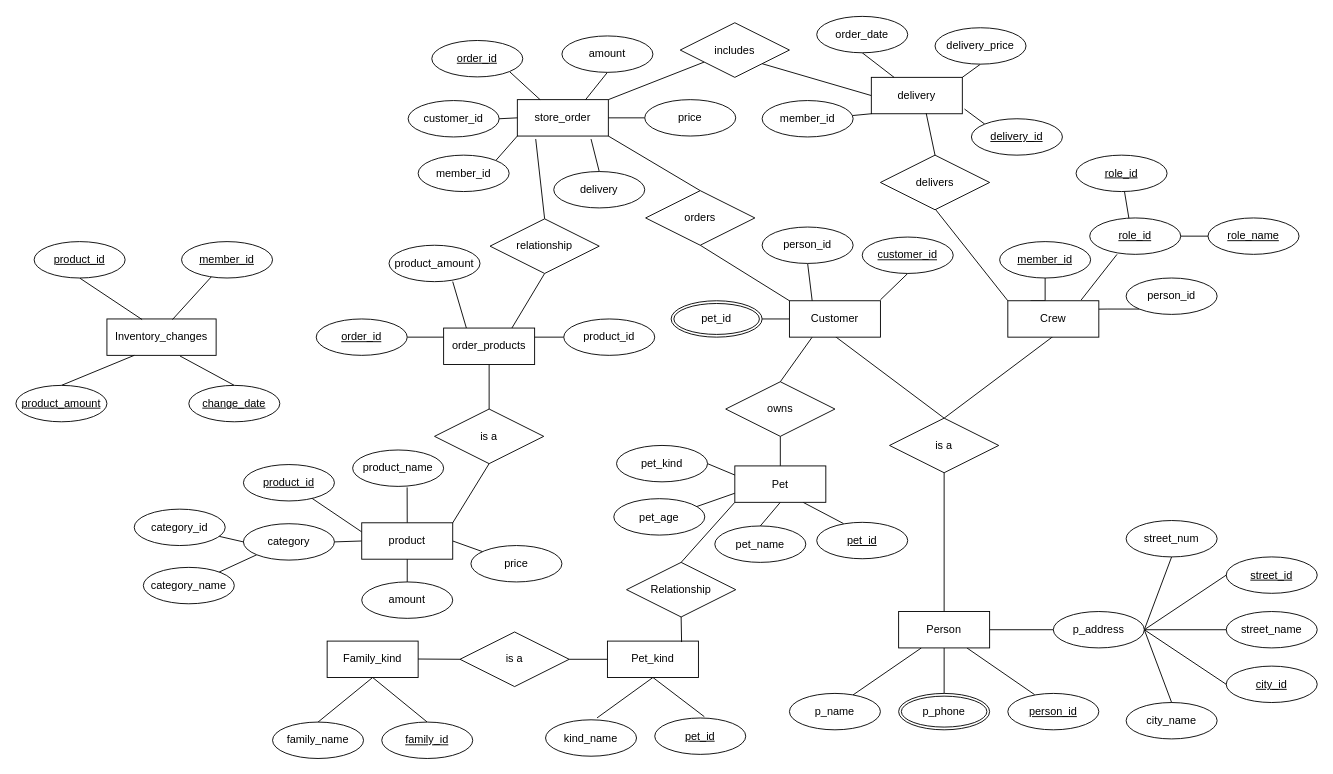
Above: page 3 of 4 of pet_store.drawio in avivmoyal1/SQL_Project (draw.io), before the change. Source tidied: cells renumbered, new cells numbered last; positions are measured from the earlier drawing's top-left corner, leaving out a move shared by most shapes. Both pictures are drawn from the tidied source at 91%, with x=0, y=0 at pixel (15, 15).
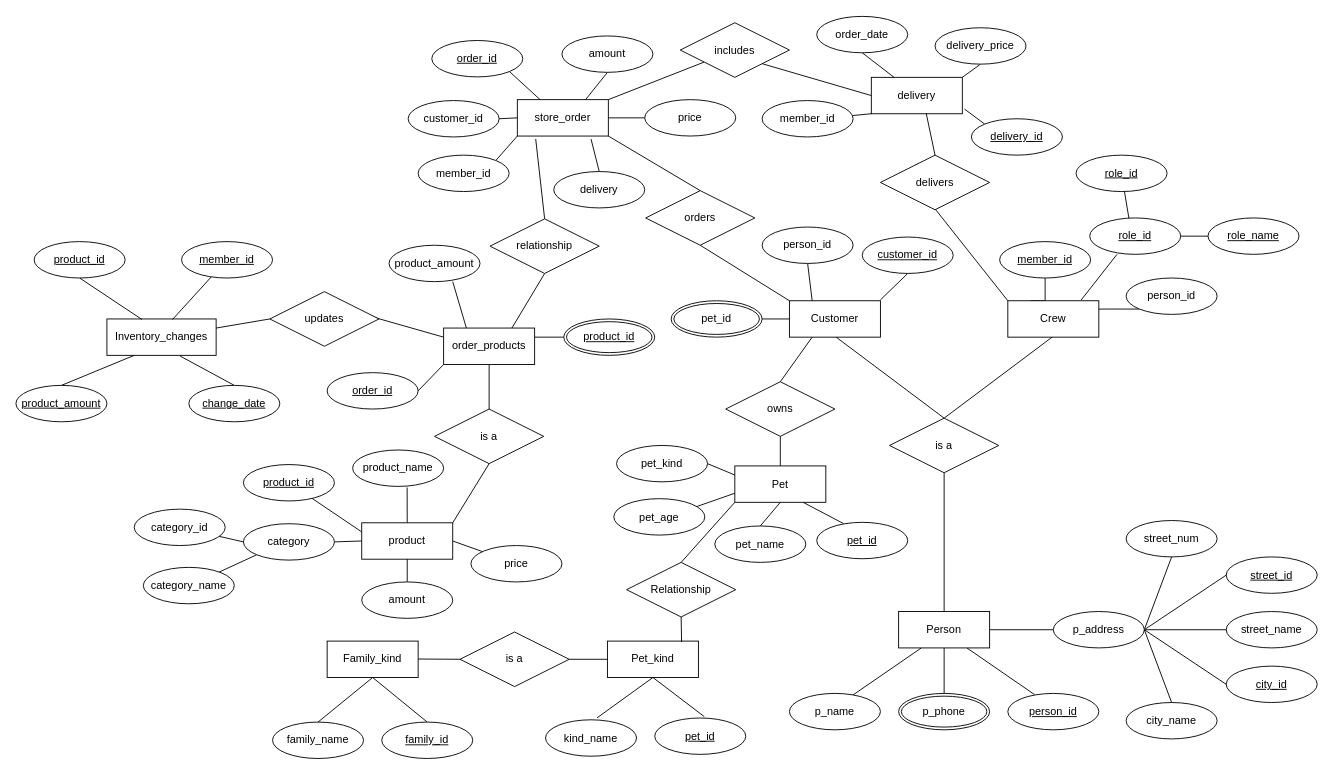
After the change.

The change refers to these unchanged cells:
```xml
<mxCell id="80" value="order_products" style="whiteSpace=wrap;html=1;align=center;" parent="1" vertex="1">
  <mxGeometry x="470" y="343" width="100" height="40" as="geometry" />
</mxCell>
<mxCell id="130" value="Inventory_changes" style="whiteSpace=wrap;html=1;align=center;" parent="1" vertex="1">
  <mxGeometry x="100" y="333" width="120" height="40" as="geometry" />
</mxCell>
```

What changed in the source:
```diff
@@
-    <mxCell id="76" style="edgeStyle=none;rounded=0;sketch=0;jumpStyle=none;jettySize=auto;html=1;exitX=0;exitY=0.25;exitDx=0;exitDy=0;entryX=1;entryY=0.5;entryDx=0;entryDy=0;endArrow=none;endFill=0;" parent="1" edge="1" source="80" target="106">
+    <mxCell id="76" style="edgeStyle=none;rounded=0;sketch=0;jumpStyle=none;jettySize=auto;html=1;exitX=0;exitY=1;exitDx=0;exitDy=0;entryX=1;entryY=0.5;entryDx=0;entryDy=0;endArrow=none;endFill=0;" parent="1" edge="1" source="80" target="106">
       <mxGeometry relative="1" as="geometry" />
     </mxCell>
@@
+    <mxCell id="139" style="edgeStyle=none;rounded=0;sketch=0;jumpStyle=none;jettySize=auto;html=1;exitX=0;exitY=0.25;exitDx=0;exitDy=0;entryX=0.934;entryY=0.459;entryDx=0;entryDy=0;entryPerimeter=0;endArrow=none;endFill=0;" parent="1" edge="1" source="80" target="141">
+      <mxGeometry relative="1" as="geometry" />
+    </mxCell>
@@
-    <mxCell id="104" style="edgeStyle=none;rounded=0;sketch=0;jumpStyle=none;jettySize=auto;html=1;exitX=0;exitY=0.5;exitDx=0;exitDy=0;entryX=1;entryY=0.25;entryDx=0;entryDy=0;endArrow=none;endFill=0;" parent="1" edge="1" source="105" target="80">
-      <mxGeometry relative="1" as="geometry" />
+    <mxCell id="104" style="edgeStyle=none;rounded=0;sketch=0;jumpStyle=none;jettySize=auto;html=1;exitX=0;exitY=0.5;exitDx=0;exitDy=0;entryX=1;entryY=0.25;entryDx=0;entryDy=0;endArrow=none;endFill=0;" parent="1" edge="1" target="80">
+      <mxGeometry relative="1" as="geometry">
+        <mxPoint x="602" y="353" as="sourcePoint" />
+      </mxGeometry>
     </mxCell>
-    <mxCell id="105" value="product_id" style="ellipse;whiteSpace=wrap;html=1;align=center;" parent="1" vertex="1">
-      <mxGeometry x="602" y="333" width="100" height="40" as="geometry" />
-    </mxCell>
     <mxCell id="106" value="&lt;span style=&quot;text-align: left;&quot;&gt;order_id&lt;/span&gt;" style="ellipse;whiteSpace=wrap;html=1;align=center;fontStyle=4;" parent="1" vertex="1">
-      <mxGeometry x="330" y="333" width="100" height="40" as="geometry" />
+      <mxGeometry x="342" y="392" width="100" height="40" as="geometry" />
     </mxCell>
@@
+    <mxCell id="105" value="&lt;div style=&quot;text-align: left;&quot;&gt;&lt;span style=&quot;background-color: initial;&quot;&gt;&lt;u&gt;product_id&lt;/u&gt;&lt;/span&gt;&lt;/div&gt;" style="ellipse;shape=doubleEllipse;margin=3;whiteSpace=wrap;html=1;align=center;" parent="1" vertex="1">
+      <mxGeometry x="602" y="333" width="100" height="40" as="geometry" />
+    </mxCell>
+    <mxCell id="140" style="edgeStyle=none;rounded=0;sketch=0;jumpStyle=none;jettySize=auto;html=1;exitX=0;exitY=0.5;exitDx=0;exitDy=0;entryX=1;entryY=0.25;entryDx=0;entryDy=0;endArrow=none;endFill=0;" parent="1" edge="1" source="141" target="130">
+      <mxGeometry relative="1" as="geometry" />
+    </mxCell>
+    <mxCell id="141" value="&lt;div style=&quot;text-align: left;&quot;&gt;&lt;span style=&quot;background-color: initial;&quot;&gt;updates&lt;/span&gt;&lt;/div&gt;" style="shape=rhombus;perimeter=rhombusPerimeter;whiteSpace=wrap;html=1;align=center;" parent="1" vertex="1">
+      <mxGeometry x="279" y="303" width="120" height="60" as="geometry" />
+    </mxCell>
```
